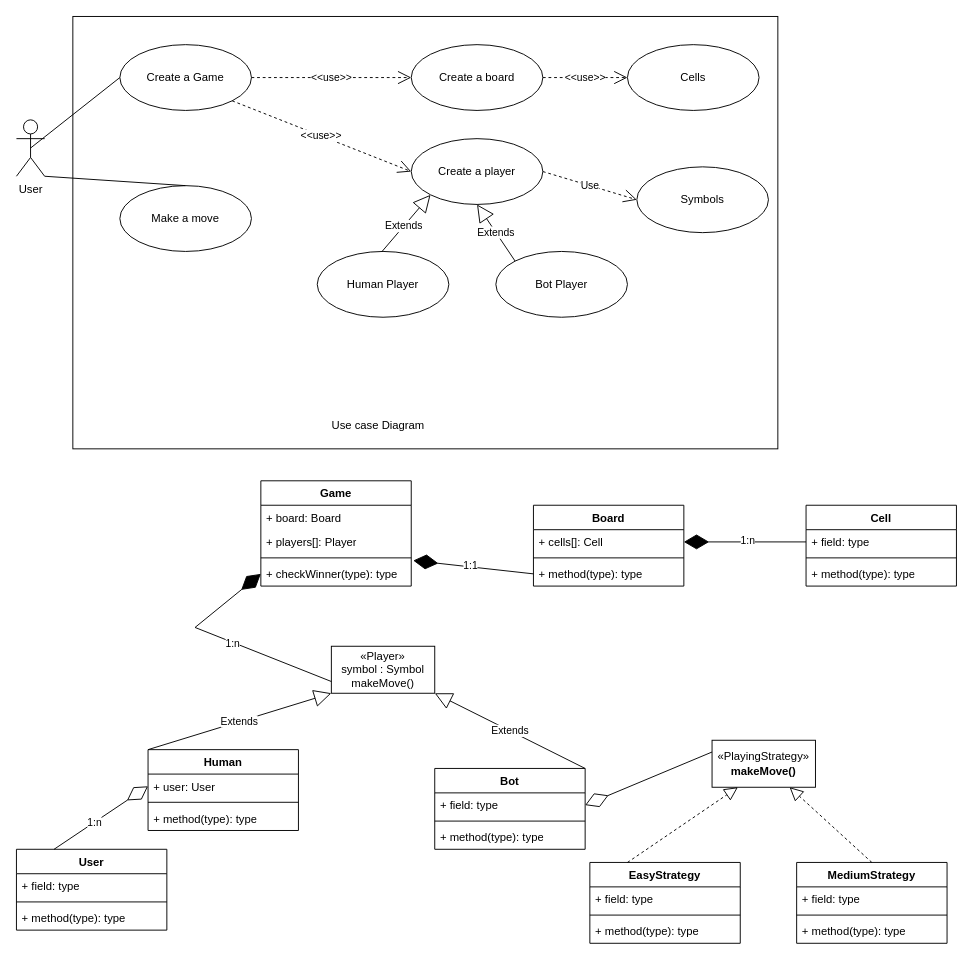
Above: Design Tic-Tac-Toe.drawio in aktomer06/Draw.io (draw.io), before the change. Source tidied: cells renumbered, new cells numbered last; positions are measured from the earlier drawing's top-left corner, leaving out a move shared by most shapes. Both pictures are drawn from the tidied source at 94%, with x=0, y=0 at pixel (16, 16).
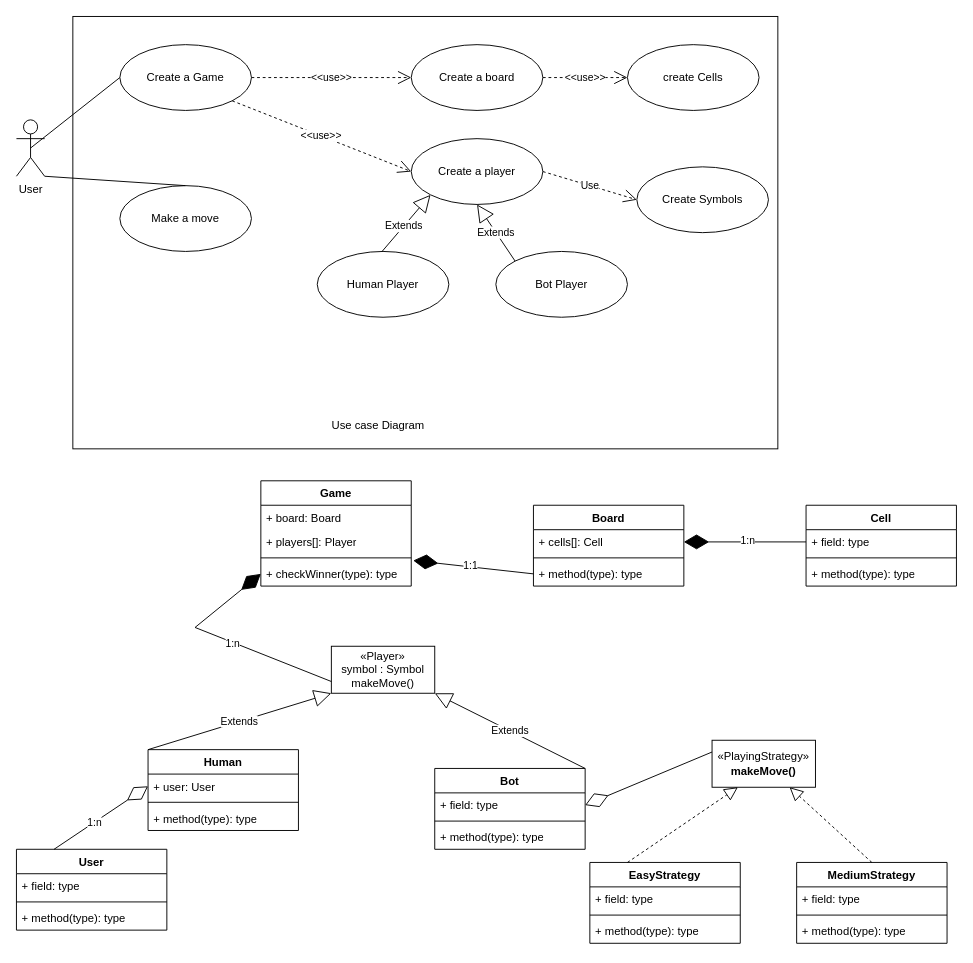
The same page after the edit.

Change to the diagram source:
```diff
@@
-    <mxCell id="9" value="Symbols" style="ellipse;whiteSpace=wrap;html=1;" parent="1" vertex="1">
+    <mxCell id="9" value="Create Symbols" style="ellipse;whiteSpace=wrap;html=1;" parent="1" vertex="1">
       <mxGeometry x="660" y="160" width="140" height="70" as="geometry" />
     </mxCell>
@@
-    <mxCell id="18" value="Cells" style="ellipse;whiteSpace=wrap;html=1;" parent="1" vertex="1">
+    <mxCell id="18" value="create Cells" style="ellipse;whiteSpace=wrap;html=1;" parent="1" vertex="1">
       <mxGeometry x="650" y="30" width="140" height="70" as="geometry" />
     </mxCell>
```
